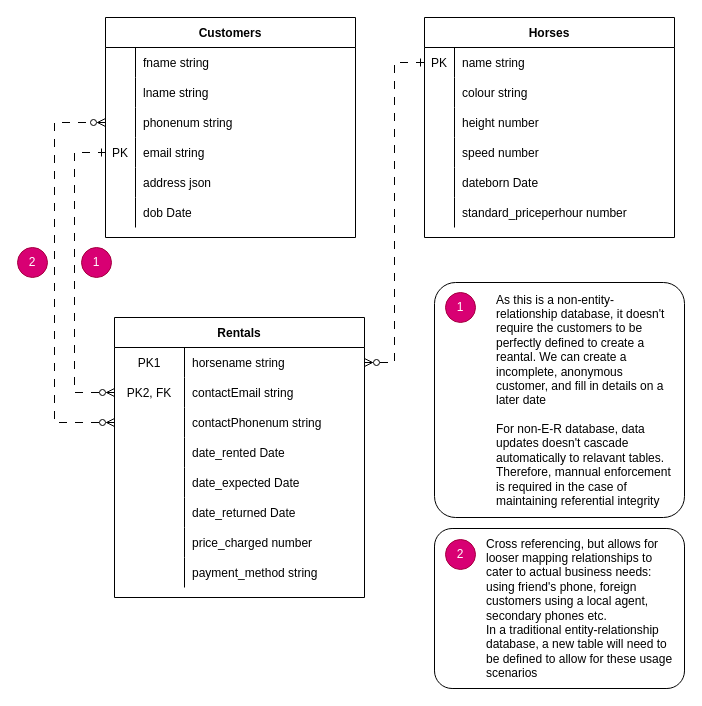
The draw.io diagram erd.drawio in yashwantbist/DBS311, before the edit. Source tidied: cells renumbered, new cells numbered last; positions are measured from the earlier drawing's top-left corner, leaving out a move shared by most shapes. Both pictures are drawn from the tidied source at 100%, with x=0, y=0 at pixel (17, 17).
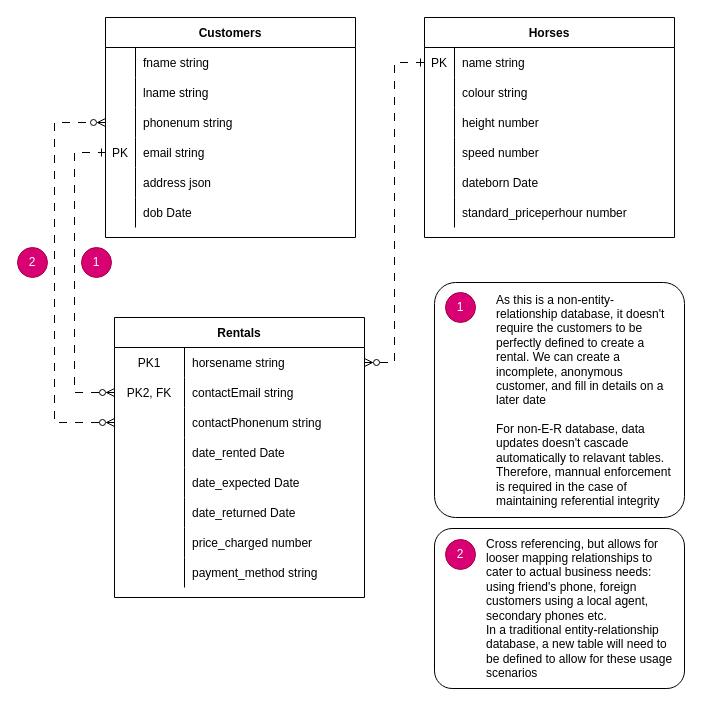
The same diagram, later.

Commit message (it also covers changes not shown here):
removed background, but only works with lighter color behind

The edit, as a diff of the source:
```diff
@@
-    <mxCell id="74" value="&lt;div align=&quot;left&quot;&gt;As this is a non-entity-relationship database, it doesn't require the customers to be perfectly defined to create a reantal. We can create a incomplete, anonymous customer, and fill in details on a later date&lt;/div&gt;&lt;div&gt;&lt;br&gt;&lt;/div&gt;&lt;div&gt;For non-E-R database, data updates doesn't cascade automatically to relavant tables. Therefore, mannual enforcement is required in the case of maintaining referential integrity&lt;/div&gt;" style="rounded=0;whiteSpace=wrap;html=1;strokeColor=none;align=left;" parent="1" vertex="1">
+    <mxCell id="74" value="&lt;div align=&quot;left&quot;&gt;As this is a non-entity-relationship database, it doesn't require the customers to be perfectly defined to create a rental. We can create a incomplete, anonymous customer, and fill in details on a later date&lt;/div&gt;&lt;div&gt;&lt;br&gt;&lt;/div&gt;&lt;div&gt;For non-E-R database, data updates doesn't cascade automatically to relavant tables. Therefore, mannual enforcement is required in the case of maintaining referential integrity&lt;/div&gt;" style="rounded=0;whiteSpace=wrap;html=1;strokeColor=none;align=left;" parent="1" vertex="1">
       <mxGeometry x="477" y="275" width="180" height="215" as="geometry" />
     </mxCell>
```
